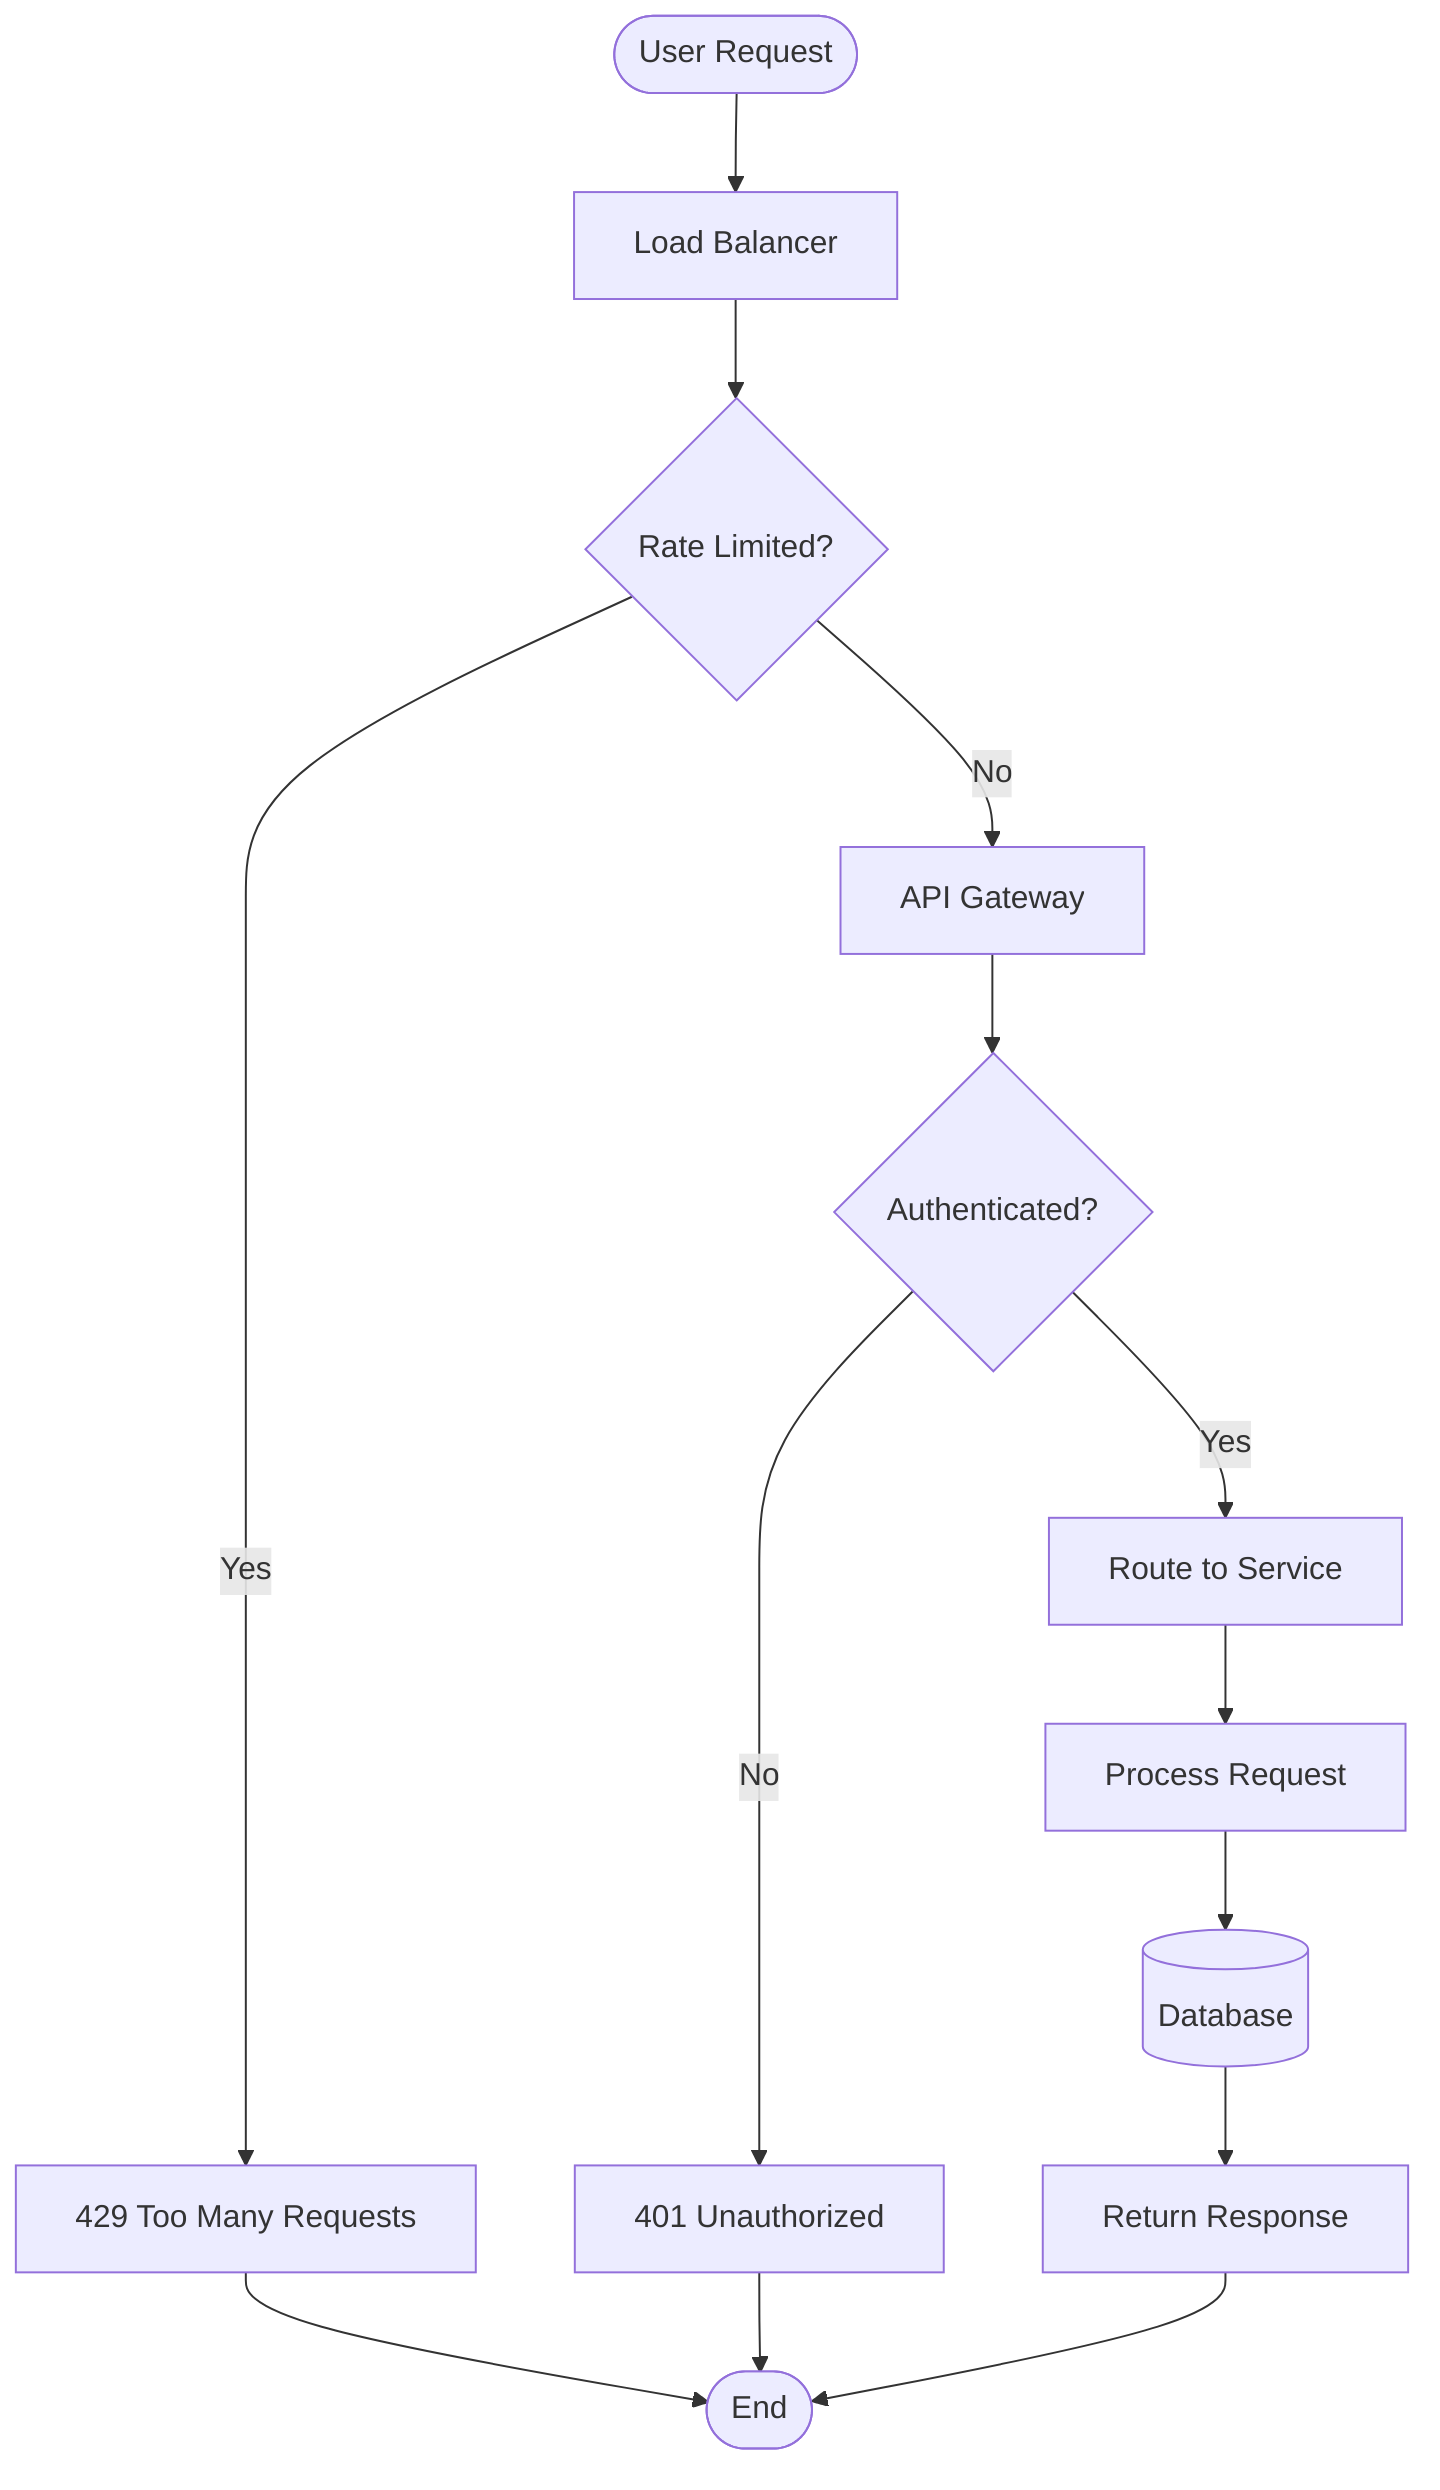
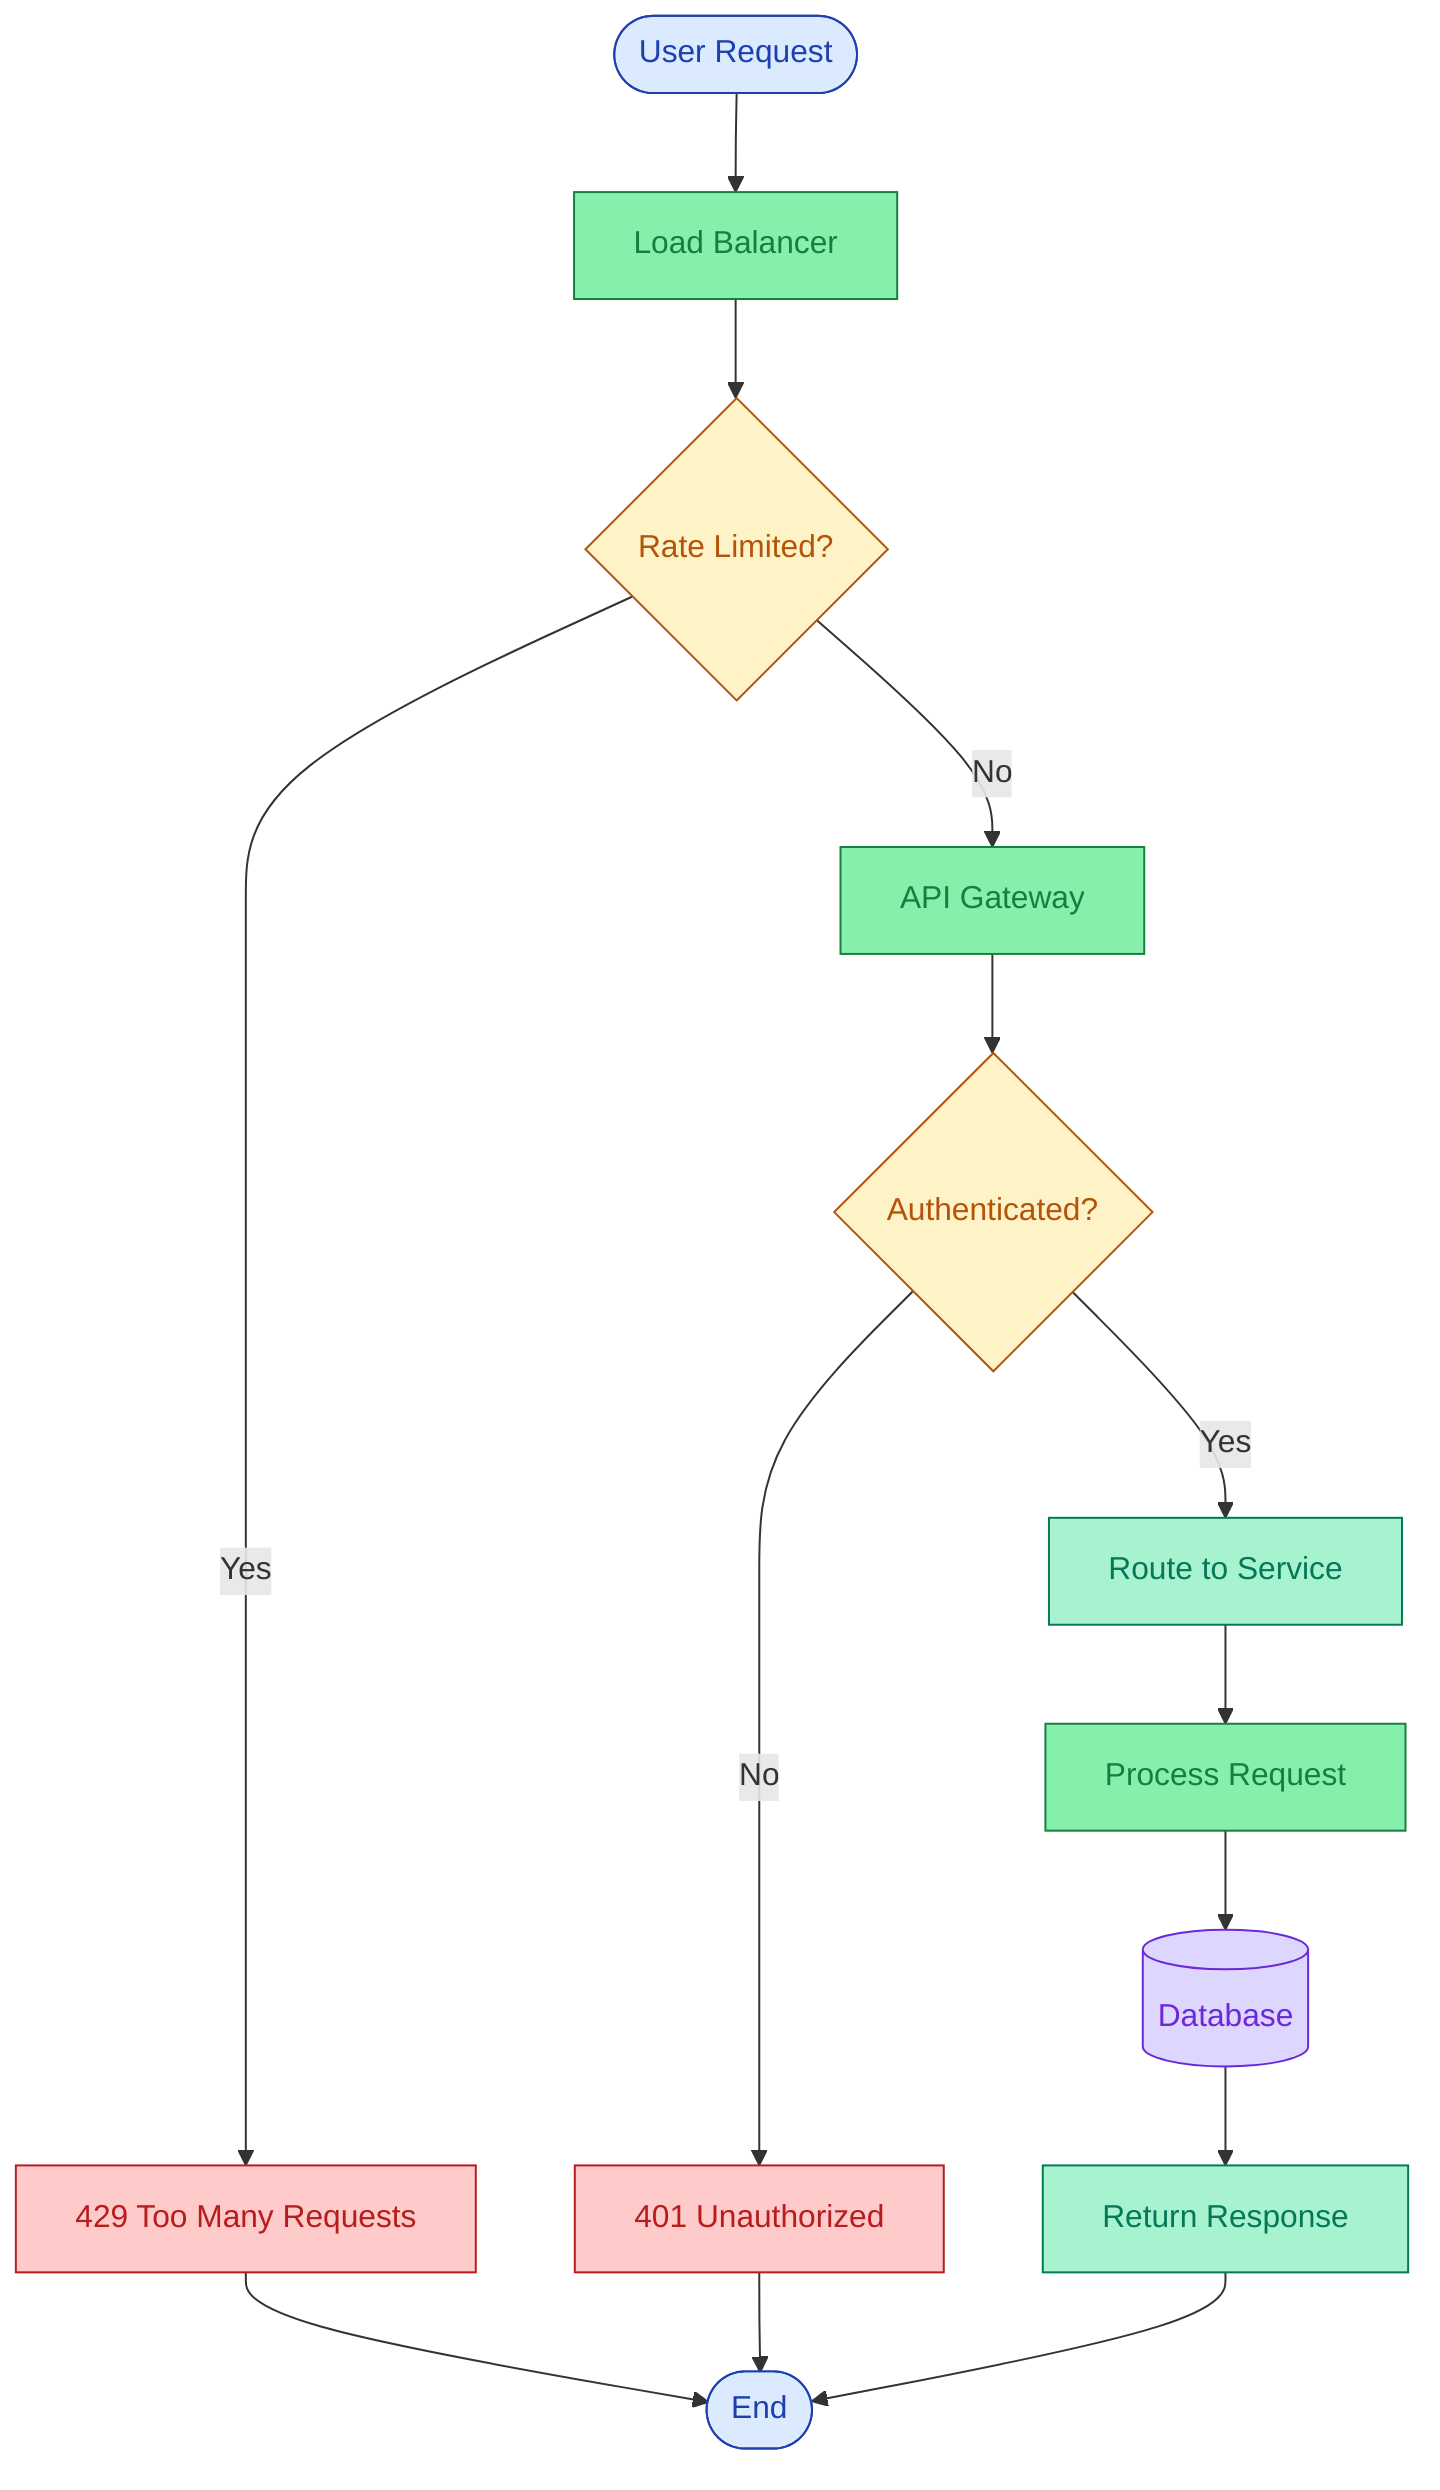
flowchart TB
-     A([User Request]) --> B[Load Balancer]
-     B --> C{Rate Limited?}
-     C -->|No| D[API Gateway]
-     C -->|Yes| E[429 Too Many Requests]
-     D --> F{Authenticated?}
-     F -->|Yes| G[Route to Service]
-     F -->|No| H[401 Unauthorized]
-     G --> I[Process Request]
-     I --> J[(Database)]
-     J --> K[Return Response]
-     E --> L([End])
+     A([User Request]):::start --> B[Load Balancer]:::process
+     B --> C{Rate Limited?}:::decision
+     C -->|No| D[API Gateway]:::process
+     C -->|Yes| E[429 Too Many Requests]:::error
+     D --> F{Authenticated?}:::decision
+     F -->|Yes| G[Route to Service]:::success
+     F -->|No| H[401 Unauthorized]:::error
+     G --> I[Process Request]:::process
+     I --> J[(Database)]:::data
+     J --> K[Return Response]:::success
+     E --> L([End]):::start
    H --> L
    K --> L
+ 
+     classDef start fill:#dbeafe,stroke:#1e40af,color:#1e40af
+     classDef process fill:#86efac,stroke:#15803d,color:#15803d
+     classDef decision fill:#fef3c7,stroke:#b45309,color:#b45309
+     classDef error fill:#fecaca,stroke:#b91c1c,color:#b91c1c
+     classDef success fill:#a7f3d0,stroke:#047857,color:#047857
+     classDef data fill:#ddd6fe,stroke:#6d28d9,color:#6d28d9
